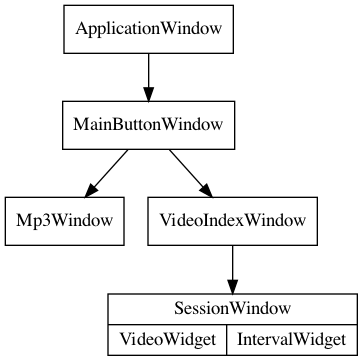
This is docs/window_flow.dot.png from nsw42/picave, a Graphviz export, as it was before one commit. Its source is kept beside it as docs/window_flow.dot.
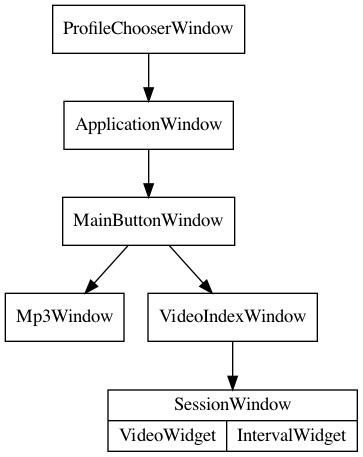
After the change.

Commit message:
Add the profile chooser window to the window flow

The edit, as a diff of the source:
```diff
@@ -1,6 +1,6 @@
 digraph G {
     node [shape=box];
-    ApplicationWindow -> MainButtonWindow -> Mp3Window;
+    ProfileChooserWindow -> ApplicationWindow -> MainButtonWindow -> Mp3Window;
     MainButtonWindow -> VideoIndexWindow -> SessionWindow;
     SessionWindow [ shape=record, label="{SessionWindow|{VideoWidget|IntervalWidget}}" ];
 }
```
